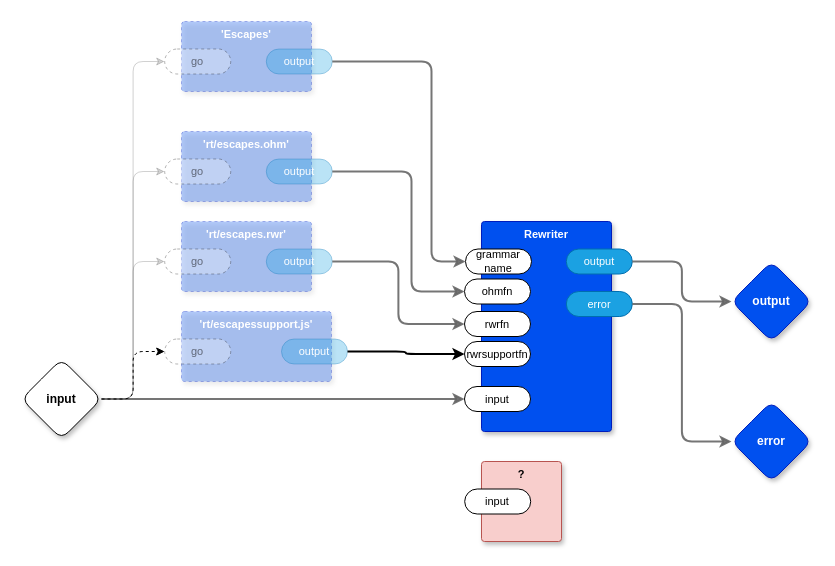
guitarvydas/kinopio2md keeps this draw.io diagram as page "Escape Whitespace" (6 of 7) of src/top.drawio. Above is the earlier version. Source tidied: cells renumbered, new cells numbered last; positions are measured from the earlier drawing's top-left corner, leaving out a move shared by most shapes. Both pictures are drawn from the tidied source at 100%, with x=0, y=0 at pixel (21, 21).
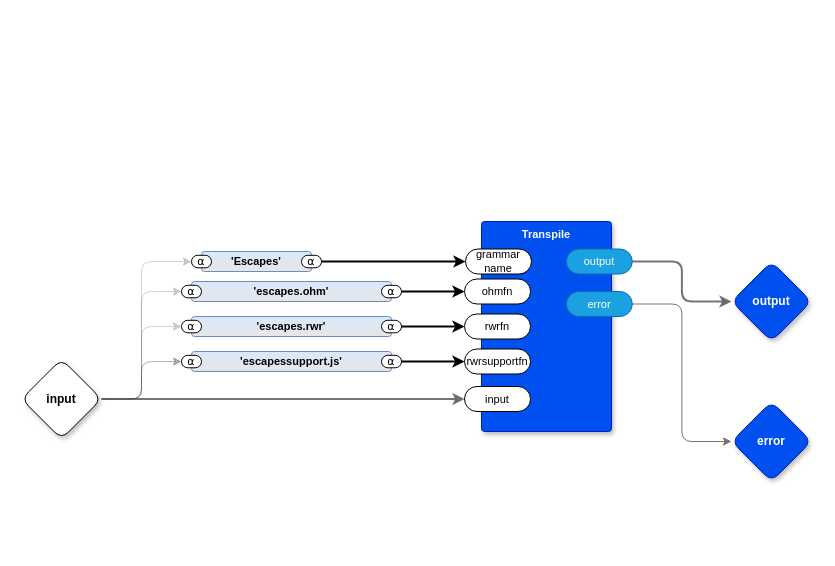
The same diagram, later.

Unchanged cells that the change refers to:
```xml
<mxCell id="13" value="input" style="rhombus;whiteSpace=wrap;html=1;rounded=1;fontStyle=1;glass=0;sketch=0;fontSize=12;points=[[0,0.5,0,0,0],[0.5,0,0,0,0],[0.5,1,0,0,0],[1,0.5,0,0,0]];shadow=1;fontFamily=Helvetica;fontColor=default;" parent="1" vertex="1">
  <mxGeometry y="337.5" width="80" height="80" as="geometry" />
</mxCell>
<mxCell id="26" value="error" style="rhombus;whiteSpace=wrap;html=1;rounded=1;fillColor=#0050ef;fontColor=#ffffff;strokeColor=#001DBC;fontStyle=1;glass=0;sketch=0;fontSize=12;points=[[0,0.5,0,0,0],[0.5,0,0,0,0],[0.5,1,0,0,0],[1,0.5,0,0,0]];shadow=1;fontFamily=Helvetica;" parent="1" vertex="1">
  <mxGeometry x="710" y="380" width="80" height="80" as="geometry" />
</mxCell>
```

Diff of the diagram source:
```diff
@@
-    <mxCell id="2" value="'rt/escapes.rwr'" style="rounded=1;whiteSpace=wrap;html=1;sketch=0;verticalAlign=top;arcSize=6;fontStyle=1;absoluteArcSize=1;shadow=1;strokeColor=#001DBC;fillColor=#0050ef;fontColor=#ffffff;fontFamily=Helvetica;fontSize=11;dashed=1;opacity=30;" parent="1" vertex="1">
-      <mxGeometry x="160" y="200" width="130" height="70" as="geometry" />
-    </mxCell>
-    <mxCell id="3" value="go" style="rounded=1;whiteSpace=wrap;html=1;sketch=0;points=[[0,0.5,0,0,0],[1,0.5,0,0,0]];arcSize=50;fontFamily=Helvetica;fontSize=11;fontColor=default;dashed=1;textOpacity=50;opacity=30;" parent="2" vertex="1">
-      <mxGeometry x="-16.8" y="27.5" width="66" height="25" as="geometry" />
-    </mxCell>
-    <mxCell id="4" value="output" style="rounded=1;whiteSpace=wrap;html=1;sketch=0;points=[[0,0.5,0,0,0],[1,0.5,0,0,0]];fillColor=#1ba1e2;fontColor=#ffffff;strokeColor=#006EAF;arcSize=50;fontFamily=Helvetica;fontSize=11;opacity=30;" parent="2" vertex="1">
-      <mxGeometry x="84.8" y="27.5" width="66" height="25" as="geometry" />
-    </mxCell>
-    <mxCell id="5" value="'rt/escapes.ohm'" style="rounded=1;whiteSpace=wrap;html=1;sketch=0;verticalAlign=top;arcSize=6;fontStyle=1;absoluteArcSize=1;shadow=1;strokeColor=#001DBC;fillColor=#0050ef;fontColor=#ffffff;fontFamily=Helvetica;fontSize=11;dashed=1;opacity=30;" parent="1" vertex="1">
-      <mxGeometry x="160" y="110" width="130" height="70" as="geometry" />
-    </mxCell>
-    <mxCell id="6" value="go" style="rounded=1;whiteSpace=wrap;html=1;sketch=0;points=[[0,0.5,0,0,0],[1,0.5,0,0,0]];arcSize=50;fontFamily=Helvetica;fontSize=11;fontColor=default;dashed=1;textOpacity=50;opacity=30;" parent="5" vertex="1">
-      <mxGeometry x="-16.8" y="27.5" width="66" height="25" as="geometry" />
-    </mxCell>
-    <mxCell id="7" value="output" style="rounded=1;whiteSpace=wrap;html=1;sketch=0;points=[[0,0.5,0,0,0],[1,0.5,0,0,0]];fillColor=#1ba1e2;fontColor=#ffffff;strokeColor=#006EAF;arcSize=50;fontFamily=Helvetica;fontSize=11;opacity=30;" parent="5" vertex="1">
-      <mxGeometry x="84.8" y="27.5" width="66" height="25" as="geometry" />
-    </mxCell>
@@
-    <mxCell id="9" style="edgeStyle=orthogonalEdgeStyle;shape=connector;rounded=1;jumpStyle=arc;jettySize=auto;html=1;exitX=1;exitY=0.5;exitDx=0;exitDy=0;exitPerimeter=0;entryX=0;entryY=0.5;entryDx=0;entryDy=0;entryPerimeter=0;labelBackgroundColor=default;strokeColor=#666666;strokeWidth=1;fontFamily=Helvetica;fontSize=11;fontColor=default;endArrow=classic;fillColor=#f5f5f5;opacity=30;" parent="1" edge="1" source="13" target="3">
-      <mxGeometry relative="1" as="geometry" />
-    </mxCell>
-    <mxCell id="10" style="edgeStyle=orthogonalEdgeStyle;shape=connector;rounded=1;jumpStyle=arc;jettySize=auto;html=1;exitX=1;exitY=0.5;exitDx=0;exitDy=0;exitPerimeter=0;entryX=0;entryY=0.5;entryDx=0;entryDy=0;entryPerimeter=0;labelBackgroundColor=default;strokeColor=#666666;strokeWidth=1;fontFamily=Helvetica;fontSize=11;fontColor=default;endArrow=classic;fillColor=#f5f5f5;opacity=30;" parent="1" edge="1" source="13" target="6">
-      <mxGeometry relative="1" as="geometry" />
-    </mxCell>
-    <mxCell id="11" style="edgeStyle=orthogonalEdgeStyle;shape=connector;rounded=1;jumpStyle=arc;jettySize=auto;html=1;exitX=1;exitY=0.5;exitDx=0;exitDy=0;exitPerimeter=0;entryX=0;entryY=0.5;entryDx=0;entryDy=0;entryPerimeter=0;labelBackgroundColor=default;strokeColor=#666666;strokeWidth=1;fontFamily=Helvetica;fontSize=11;fontColor=default;endArrow=classic;fillColor=#f5f5f5;opacity=30;" parent="1" edge="1" source="13" target="29">
-      <mxGeometry relative="1" as="geometry" />
-    </mxCell>
-    <mxCell id="12" style="edgeStyle=orthogonalEdgeStyle;rounded=1;jettySize=auto;html=1;exitX=1;exitY=0.5;exitDx=0;exitDy=0;exitPerimeter=0;entryX=0;entryY=0.5;entryDx=0;entryDy=0;entryPerimeter=0;dashed=1;" parent="1" edge="1" source="13" target="33">
-      <mxGeometry relative="1" as="geometry" />
-    </mxCell>
+    <mxCell id="38" style="edgeStyle=orthogonalEdgeStyle;shape=connector;rounded=1;jumpStyle=arc;jettySize=auto;html=1;exitX=1;exitY=0.5;exitDx=0;exitDy=0;exitPerimeter=0;entryX=0;entryY=0.5;entryDx=0;entryDy=0;entryPerimeter=0;labelBackgroundColor=default;strokeColor=#666666;strokeWidth=1;fontFamily=Helvetica;fontSize=11;fontColor=default;endArrow=classic;fillColor=#f5f5f5;opacity=30;" parent="1" edge="1" source="13" target="55">
+      <mxGeometry relative="1" as="geometry" />
+    </mxCell>
+    <mxCell id="39" style="edgeStyle=orthogonalEdgeStyle;shape=connector;rounded=1;jumpStyle=none;jettySize=auto;html=1;exitX=1;exitY=0.5;exitDx=0;exitDy=0;exitPerimeter=0;entryX=0;entryY=0.5;entryDx=0;entryDy=0;entryPerimeter=0;labelBackgroundColor=default;strokeColor=#666666;strokeWidth=1;fontFamily=Helvetica;fontSize=11;fontColor=default;endArrow=classic;fillColor=#f5f5f5;opacity=30;" parent="1" edge="1" source="13" target="51">
+      <mxGeometry relative="1" as="geometry" />
+    </mxCell>
+    <mxCell id="40" style="edgeStyle=orthogonalEdgeStyle;shape=connector;rounded=1;jumpStyle=none;jettySize=auto;html=1;exitX=1;exitY=0.5;exitDx=0;exitDy=0;exitPerimeter=0;entryX=0;entryY=0.5;entryDx=0;entryDy=0;entryPerimeter=0;labelBackgroundColor=default;strokeColor=#666666;strokeWidth=1;fontFamily=Helvetica;fontSize=11;fontColor=default;endArrow=classic;fillColor=#f5f5f5;opacity=30;" parent="1" edge="1" source="13" target="44">
+      <mxGeometry relative="1" as="geometry">
+        <Array as="points">
+          <mxPoint x="120" y="378" />
+          <mxPoint x="120" y="240" />
+        </Array>
+      </mxGeometry>
+    </mxCell>
+    <mxCell id="41" style="edgeStyle=orthogonalEdgeStyle;rounded=1;jettySize=auto;html=1;exitX=1;exitY=0.5;exitDx=0;exitDy=0;exitPerimeter=0;entryX=0;entryY=0.5;entryDx=0;entryDy=0;entryPerimeter=0;opacity=30;" parent="1" edge="1" source="13" target="47">
+      <mxGeometry relative="1" as="geometry" />
+    </mxCell>
@@
-    <mxCell id="15" value="Rewriter" style="rounded=1;whiteSpace=wrap;html=1;sketch=0;verticalAlign=top;arcSize=6;fontStyle=1;absoluteArcSize=1;shadow=1;strokeColor=#001DBC;fillColor=#0050ef;fontColor=#ffffff;fontFamily=Helvetica;fontSize=11;" parent="1" vertex="1">
-      <mxGeometry x="460" y="200" width="130" height="210" as="geometry" />
-    </mxCell>
+    <mxCell id="42" value="Transpile" style="rounded=1;whiteSpace=wrap;html=1;sketch=0;verticalAlign=top;arcSize=6;fontStyle=1;absoluteArcSize=1;shadow=1;strokeColor=#001DBC;fillColor=#0050ef;fontColor=#ffffff;fontFamily=Helvetica;fontSize=11;" parent="1" vertex="1">
+      <mxGeometry x="460" y="200" width="130" height="210" as="geometry" />
+    </mxCell>
-    <mxCell id="16" value="ohmfn" style="rounded=1;whiteSpace=wrap;html=1;sketch=0;points=[[0,0.5,0,0,0],[1,0.5,0,0,0]];arcSize=50;fontFamily=Helvetica;fontSize=11;fontColor=default;fontStyle=0;" parent="15" vertex="1">
+    <mxCell id="16" value="ohmfn" style="rounded=1;whiteSpace=wrap;html=1;sketch=0;points=[[0,0.5,0,0,0],[1,0.5,0,0,0]];arcSize=50;fontFamily=Helvetica;fontSize=11;fontColor=default;fontStyle=0;" parent="42" vertex="1">
       <mxGeometry x="-17" y="57.5" width="66" height="25" as="geometry" />
     </mxCell>
-    <mxCell id="17" value="output" style="rounded=1;whiteSpace=wrap;html=1;sketch=0;points=[[0,0.5,0,0,0],[1,0.5,0,0,0]];fillColor=#1ba1e2;fontColor=#ffffff;strokeColor=#006EAF;arcSize=50;fontFamily=Helvetica;fontSize=11;" parent="15" vertex="1">
+    <mxCell id="17" value="output" style="rounded=1;whiteSpace=wrap;html=1;sketch=0;points=[[0,0.5,0,0,0],[1,0.5,0,0,0]];fillColor=#1ba1e2;fontColor=#ffffff;strokeColor=#006EAF;arcSize=50;fontFamily=Helvetica;fontSize=11;" parent="42" vertex="1">
       <mxGeometry x="84.8" y="27.5" width="66" height="25" as="geometry" />
     </mxCell>
-    <mxCell id="18" value="error" style="rounded=1;whiteSpace=wrap;html=1;sketch=0;points=[[0,0.5,0,0,0],[1,0.5,0,0,0]];fillColor=#1ba1e2;fontColor=#ffffff;strokeColor=#006EAF;arcSize=50;fontFamily=Helvetica;fontSize=11;" parent="15" vertex="1">
+    <mxCell id="18" value="error" style="rounded=1;whiteSpace=wrap;html=1;sketch=0;points=[[0,0.5,0,0,0],[1,0.5,0,0,0]];fillColor=#1ba1e2;fontColor=#ffffff;strokeColor=#006EAF;arcSize=50;fontFamily=Helvetica;fontSize=11;" parent="42" vertex="1">
       <mxGeometry x="84.8" y="70" width="66" height="25" as="geometry" />
     </mxCell>
-    <mxCell id="19" value="rwrfn" style="rounded=1;whiteSpace=wrap;html=1;sketch=0;points=[[0,0.5,0,0,0],[1,0.5,0,0,0]];arcSize=50;fontFamily=Helvetica;fontSize=11;fontColor=default;" parent="15" vertex="1">
-      <mxGeometry x="-17" y="90" width="66" height="25" as="geometry" />
+    <mxCell id="19" value="rwrfn" style="rounded=1;whiteSpace=wrap;html=1;sketch=0;points=[[0,0.5,0,0,0],[1,0.5,0,0,0]];arcSize=50;fontFamily=Helvetica;fontSize=11;fontColor=default;" parent="42" vertex="1">
+      <mxGeometry x="-17" y="92.5" width="66" height="25" as="geometry" />
     </mxCell>
-    <mxCell id="20" value="input" style="rounded=1;whiteSpace=wrap;html=1;sketch=0;points=[[0,0.5,0,0,0],[1,0.5,0,0,0]];arcSize=50;fontFamily=Helvetica;fontSize=11;fontColor=default;" parent="15" vertex="1">
+    <mxCell id="20" value="input" style="rounded=1;whiteSpace=wrap;html=1;sketch=0;points=[[0,0.5,0,0,0],[1,0.5,0,0,0]];arcSize=50;fontFamily=Helvetica;fontSize=11;fontColor=default;" parent="42" vertex="1">
       <mxGeometry x="-17" y="165" width="66" height="25" as="geometry" />
     </mxCell>
-    <mxCell id="21" value="grammar name" style="rounded=1;whiteSpace=wrap;html=1;sketch=0;points=[[0,0.5,0,0,0],[1,0.5,0,0,0]];arcSize=50;fontFamily=Helvetica;fontSize=11;fontColor=default;" parent="15" vertex="1">
+    <mxCell id="21" value="grammar name" style="rounded=1;whiteSpace=wrap;html=1;sketch=0;points=[[0,0.5,0,0,0],[1,0.5,0,0,0]];arcSize=50;fontFamily=Helvetica;fontSize=11;fontColor=default;" parent="42" vertex="1">
       <mxGeometry x="-16" y="27.5" width="66" height="25" as="geometry" />
     </mxCell>
-    <mxCell id="22" value="rwrsupportfn" style="rounded=1;whiteSpace=wrap;html=1;sketch=0;points=[[0,0.5,0,0,0],[1,0.5,0,0,0]];arcSize=50;fontFamily=Helvetica;fontSize=11;fontColor=default;" parent="15" vertex="1">
-      <mxGeometry x="-17" y="120" width="66" height="25" as="geometry" />
+    <mxCell id="22" value="rwrsupportfn" style="rounded=1;whiteSpace=wrap;html=1;sketch=0;points=[[0,0.5,0,0,0],[1,0.5,0,0,0]];arcSize=50;fontFamily=Helvetica;fontSize=11;fontColor=default;" parent="42" vertex="1">
+      <mxGeometry x="-17" y="127.5" width="66" height="25" as="geometry" />
     </mxCell>
-    <mxCell id="23" style="edgeStyle=orthogonalEdgeStyle;shape=connector;rounded=1;jumpStyle=arc;jettySize=auto;html=1;exitX=1;exitY=0.5;exitDx=0;exitDy=0;exitPerimeter=0;entryX=0;entryY=0.5;entryDx=0;entryDy=0;entryPerimeter=0;labelBackgroundColor=default;strokeColor=#666666;strokeWidth=2;fontFamily=Helvetica;fontSize=11;fontColor=default;endArrow=classic;fillColor=#f5f5f5;opacity=90;" parent="1" edge="1" source="4" target="19">
-      <mxGeometry relative="1" as="geometry" />
-    </mxCell>
-    <mxCell id="24" style="edgeStyle=orthogonalEdgeStyle;shape=connector;rounded=1;jumpStyle=arc;jettySize=auto;html=1;exitX=1;exitY=0.5;exitDx=0;exitDy=0;exitPerimeter=0;entryX=0;entryY=0.5;entryDx=0;entryDy=0;entryPerimeter=0;labelBackgroundColor=default;strokeColor=#666666;strokeWidth=2;fontFamily=Helvetica;fontSize=11;fontColor=default;endArrow=classic;fillColor=#f5f5f5;opacity=90;" parent="1" edge="1" source="7" target="16">
-      <mxGeometry relative="1" as="geometry">
-        <Array as="points">
-          <mxPoint x="390" y="150" />
-          <mxPoint x="390" y="270" />
-        </Array>
-      </mxGeometry>
-    </mxCell>
@@
-    <mxCell id="27" style="edgeStyle=orthogonalEdgeStyle;shape=connector;rounded=1;jumpStyle=arc;jettySize=auto;html=1;exitX=1;exitY=0.5;exitDx=0;exitDy=0;exitPerimeter=0;entryX=0;entryY=0.5;entryDx=0;entryDy=0;entryPerimeter=0;labelBackgroundColor=default;strokeColor=#666666;strokeWidth=2;fontFamily=Helvetica;fontSize=11;fontColor=default;endArrow=classic;fillColor=#f5f5f5;opacity=90;" parent="1" edge="1" source="18" target="26">
+    <mxCell id="27" style="edgeStyle=orthogonalEdgeStyle;shape=connector;rounded=1;jumpStyle=arc;jettySize=auto;html=1;exitX=1;exitY=0.5;exitDx=0;exitDy=0;exitPerimeter=0;entryX=0;entryY=0.5;entryDx=0;entryDy=0;entryPerimeter=0;labelBackgroundColor=default;strokeColor=#666666;strokeWidth=1;fontFamily=Helvetica;fontSize=11;fontColor=default;endArrow=classic;fillColor=#f5f5f5;opacity=90;" parent="1" edge="1" source="18" target="26">
       <mxGeometry relative="1" as="geometry" />
     </mxCell>
-    <mxCell id="28" value="'Escapes'" style="rounded=1;whiteSpace=wrap;html=1;sketch=0;verticalAlign=top;arcSize=6;fontStyle=1;absoluteArcSize=1;shadow=1;strokeColor=#001DBC;fillColor=#0050ef;fontColor=#ffffff;fontFamily=Helvetica;fontSize=11;dashed=1;opacity=30;" parent="1" vertex="1">
-      <mxGeometry x="160" width="130" height="70" as="geometry" />
+    <mxCell id="28" value="'Escapes'" style="rounded=1;whiteSpace=wrap;html=1;sketch=0;verticalAlign=middle;arcSize=6;fontStyle=1;absoluteArcSize=1;shadow=0;strokeColor=#6c8ebf;fillColor=#dae8fc;fontFamily=Helvetica;fontSize=11;gradientColor=#E6E6E6;" parent="1" vertex="1">
+      <mxGeometry x="180" y="230" width="110" height="20" as="geometry" />
     </mxCell>
-    <mxCell id="29" value="go" style="rounded=1;whiteSpace=wrap;html=1;sketch=0;points=[[0,0.5,0,0,0],[1,0.5,0,0,0]];arcSize=50;fontFamily=Helvetica;fontSize=11;fontColor=default;dashed=1;textOpacity=50;opacity=30;" parent="28" vertex="1">
-      <mxGeometry x="-16.8" y="27.5" width="66" height="25" as="geometry" />
-    </mxCell>
-    <mxCell id="30" value="output" style="rounded=1;whiteSpace=wrap;html=1;sketch=0;points=[[0,0.5,0,0,0],[1,0.5,0,0,0]];fillColor=#1ba1e2;fontColor=#ffffff;strokeColor=#006EAF;arcSize=50;fontFamily=Helvetica;fontSize=11;opacity=30;" parent="28" vertex="1">
-      <mxGeometry x="84.8" y="27.5" width="66" height="25" as="geometry" />
-    </mxCell>
-    <mxCell id="31" style="edgeStyle=orthogonalEdgeStyle;shape=connector;rounded=1;jumpStyle=arc;jettySize=auto;html=1;exitX=1;exitY=0.5;exitDx=0;exitDy=0;exitPerimeter=0;entryX=0;entryY=0.5;entryDx=0;entryDy=0;entryPerimeter=0;labelBackgroundColor=default;strokeColor=#666666;strokeWidth=2;fontFamily=Helvetica;fontSize=11;fontColor=default;endArrow=classic;fillColor=#f5f5f5;opacity=90;" parent="1" edge="1" source="30" target="21">
-      <mxGeometry relative="1" as="geometry">
-        <Array as="points">
-          <mxPoint x="410" y="40" />
-          <mxPoint x="410" y="240" />
-        </Array>
-      </mxGeometry>
-    </mxCell>
-    <mxCell id="32" value="'rt/escapessupport.js'" style="rounded=1;whiteSpace=wrap;html=1;sketch=0;verticalAlign=top;arcSize=6;fontStyle=1;absoluteArcSize=1;shadow=1;strokeColor=#001DBC;fillColor=#0050ef;fontColor=#ffffff;fontFamily=Helvetica;fontSize=11;dashed=1;opacity=30;" parent="1" vertex="1">
-      <mxGeometry x="160" y="290" width="150" height="70" as="geometry" />
-    </mxCell>
-    <mxCell id="33" value="go" style="rounded=1;whiteSpace=wrap;html=1;sketch=0;points=[[0,0.5,0,0,0],[1,0.5,0,0,0]];arcSize=50;fontFamily=Helvetica;fontSize=11;fontColor=default;dashed=1;textOpacity=50;opacity=30;" parent="32" vertex="1">
-      <mxGeometry x="-16.8" y="27.5" width="66" height="25" as="geometry" />
-    </mxCell>
-    <mxCell id="34" value="output" style="rounded=1;whiteSpace=wrap;html=1;sketch=0;points=[[0,0.5,0,0,0],[1,0.5,0,0,0]];fillColor=#1ba1e2;fontColor=#ffffff;strokeColor=#006EAF;arcSize=50;fontFamily=Helvetica;fontSize=11;opacity=30;" parent="32" vertex="1">
-      <mxGeometry x="100" y="27.5" width="66" height="25" as="geometry" />
-    </mxCell>
-    <mxCell id="35" style="edgeStyle=orthogonalEdgeStyle;rounded=1;jettySize=auto;html=1;exitX=1;exitY=0.5;exitDx=0;exitDy=0;exitPerimeter=0;entryX=0;entryY=0.5;entryDx=0;entryDy=0;entryPerimeter=0;strokeWidth=2;" parent="1" edge="1" source="34" target="22">
-      <mxGeometry relative="1" as="geometry" />
-    </mxCell>
-    <mxCell id="36" value="?" style="rounded=1;whiteSpace=wrap;html=1;sketch=0;verticalAlign=top;arcSize=6;fontStyle=1;absoluteArcSize=1;shadow=1;strokeColor=#b85450;fillColor=#f8cecc;fontFamily=Helvetica;fontSize=11;" parent="1" vertex="1">
-      <mxGeometry x="460" y="440" width="80" height="80" as="geometry" />
-    </mxCell>
-    <mxCell id="37" value="input" style="rounded=1;whiteSpace=wrap;html=1;sketch=0;arcSize=50;fontFamily=Helvetica;fontSize=11;fontColor=default;" parent="36" vertex="1">
-      <mxGeometry x="-16.8" y="27.5" width="66" height="25" as="geometry" />
-    </mxCell>
+    <mxCell id="43" value="⍺" style="rounded=1;whiteSpace=wrap;html=1;sketch=0;points=[[0,0.5,0,0,0],[1,0.5,0,0,0]];arcSize=50;fontFamily=Helvetica;fontSize=11;fontColor=default;" parent="28" vertex="1">
+      <mxGeometry x="100" y="3.8" width="20" height="12.5" as="geometry" />
+    </mxCell>
+    <mxCell id="44" value="⍺" style="rounded=1;whiteSpace=wrap;html=1;sketch=0;points=[[0,0.5,0,0,0],[1,0.5,0,0,0]];arcSize=50;fontFamily=Helvetica;fontSize=11;fontColor=default;" parent="28" vertex="1">
+      <mxGeometry x="-10" y="3.8" width="20" height="12.5" as="geometry" />
+    </mxCell>
+    <mxCell id="45" value="'escapessupport.js'" style="rounded=1;whiteSpace=wrap;html=1;sketch=0;verticalAlign=middle;arcSize=6;fontStyle=1;absoluteArcSize=1;shadow=0;strokeColor=#6c8ebf;fillColor=#dae8fc;fontFamily=Helvetica;fontSize=11;gradientColor=#E6E6E6;" parent="1" vertex="1">
+      <mxGeometry x="170" y="330" width="200" height="20" as="geometry" />
+    </mxCell>
+    <mxCell id="46" value="⍺" style="rounded=1;whiteSpace=wrap;html=1;sketch=0;points=[[0,0.5,0,0,0],[1,0.5,0,0,0]];arcSize=50;fontFamily=Helvetica;fontSize=11;fontColor=default;" parent="45" vertex="1">
+      <mxGeometry x="190" y="3.8" width="20" height="12.5" as="geometry" />
+    </mxCell>
+    <mxCell id="47" value="⍺" style="rounded=1;whiteSpace=wrap;html=1;sketch=0;points=[[0,0.5,0,0,0],[1,0.5,0,0,0]];arcSize=50;fontFamily=Helvetica;fontSize=11;fontColor=default;" parent="45" vertex="1">
+      <mxGeometry x="-10" y="3.8" width="20" height="12.5" as="geometry" />
+    </mxCell>
+    <mxCell id="48" style="edgeStyle=orthogonalEdgeStyle;shape=connector;rounded=1;jettySize=auto;html=1;entryX=0;entryY=0.5;entryDx=0;entryDy=0;entryPerimeter=0;labelBackgroundColor=default;strokeColor=default;strokeWidth=2;align=center;verticalAlign=middle;fontFamily=Helvetica;fontSize=11;fontColor=default;endArrow=classic;" parent="1" edge="1" source="46" target="22">
+      <mxGeometry relative="1" as="geometry" />
+    </mxCell>
+    <mxCell id="49" value="'escapes.ohm'" style="rounded=1;whiteSpace=wrap;html=1;sketch=0;verticalAlign=middle;arcSize=6;fontStyle=1;absoluteArcSize=1;shadow=0;strokeColor=#6c8ebf;fillColor=#dae8fc;fontFamily=Helvetica;fontSize=11;gradientColor=#E6E6E6;" parent="1" vertex="1">
+      <mxGeometry x="170" y="260" width="200" height="20" as="geometry" />
+    </mxCell>
+    <mxCell id="50" value="⍺" style="rounded=1;whiteSpace=wrap;html=1;sketch=0;points=[[0,0.5,0,0,0],[1,0.5,0,0,0]];arcSize=50;fontFamily=Helvetica;fontSize=11;fontColor=default;" parent="49" vertex="1">
+      <mxGeometry x="190" y="3.8" width="20" height="12.5" as="geometry" />
+    </mxCell>
+    <mxCell id="51" value="⍺" style="rounded=1;whiteSpace=wrap;html=1;sketch=0;points=[[0,0.5,0,0,0],[1,0.5,0,0,0]];arcSize=50;fontFamily=Helvetica;fontSize=11;fontColor=default;" parent="49" vertex="1">
+      <mxGeometry x="-10" y="3.8" width="20" height="12.5" as="geometry" />
+    </mxCell>
+    <mxCell id="52" style="edgeStyle=orthogonalEdgeStyle;shape=connector;rounded=1;jettySize=auto;html=1;exitX=1;exitY=0.5;exitDx=0;exitDy=0;exitPerimeter=0;entryX=0;entryY=0.5;entryDx=0;entryDy=0;entryPerimeter=0;labelBackgroundColor=default;strokeColor=default;strokeWidth=2;align=center;verticalAlign=middle;fontFamily=Helvetica;fontSize=11;fontColor=default;endArrow=classic;" parent="1" edge="1" source="50" target="16">
+      <mxGeometry relative="1" as="geometry">
+        <Array as="points">
+          <mxPoint x="410" y="270" />
+          <mxPoint x="410" y="270" />
+        </Array>
+      </mxGeometry>
+    </mxCell>
+    <mxCell id="53" value="'escapes.rwr'" style="rounded=1;whiteSpace=wrap;html=1;sketch=0;verticalAlign=middle;arcSize=6;fontStyle=1;absoluteArcSize=1;shadow=0;strokeColor=#6c8ebf;fillColor=#dae8fc;fontFamily=Helvetica;fontSize=11;gradientColor=#E6E6E6;" parent="1" vertex="1">
+      <mxGeometry x="170" y="295" width="200" height="20" as="geometry" />
+    </mxCell>
+    <mxCell id="54" value="⍺" style="rounded=1;whiteSpace=wrap;html=1;sketch=0;points=[[0,0.5,0,0,0],[1,0.5,0,0,0]];arcSize=50;fontFamily=Helvetica;fontSize=11;fontColor=default;" parent="53" vertex="1">
+      <mxGeometry x="190" y="3.8" width="20" height="12.5" as="geometry" />
+    </mxCell>
+    <mxCell id="55" value="⍺" style="rounded=1;whiteSpace=wrap;html=1;sketch=0;points=[[0,0.5,0,0,0],[1,0.5,0,0,0]];arcSize=50;fontFamily=Helvetica;fontSize=11;fontColor=default;" parent="53" vertex="1">
+      <mxGeometry x="-10" y="3.8" width="20" height="12.5" as="geometry" />
+    </mxCell>
+    <mxCell id="56" style="edgeStyle=orthogonalEdgeStyle;shape=connector;rounded=1;jettySize=auto;html=1;labelBackgroundColor=default;strokeColor=default;strokeWidth=2;align=center;verticalAlign=middle;fontFamily=Helvetica;fontSize=11;fontColor=default;endArrow=classic;" parent="1" edge="1" source="54" target="19">
+      <mxGeometry relative="1" as="geometry" />
+    </mxCell>
+    <mxCell id="57" style="edgeStyle=orthogonalEdgeStyle;shape=connector;rounded=1;jettySize=auto;html=1;exitX=1;exitY=0.5;exitDx=0;exitDy=0;exitPerimeter=0;entryX=0;entryY=0.5;entryDx=0;entryDy=0;entryPerimeter=0;labelBackgroundColor=default;strokeColor=default;strokeWidth=2;align=center;verticalAlign=middle;fontFamily=Helvetica;fontSize=11;fontColor=default;endArrow=classic;" parent="1" edge="1" source="43" target="21">
+      <mxGeometry relative="1" as="geometry" />
+    </mxCell>
```
